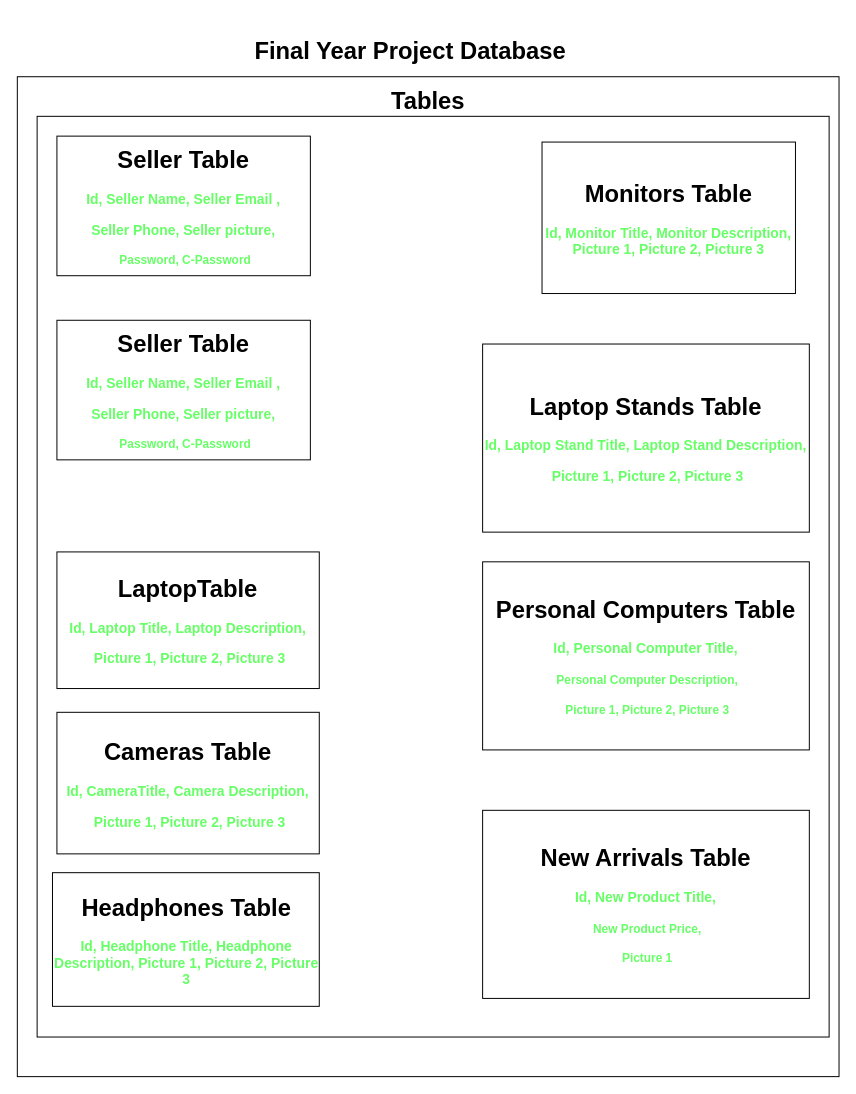
This is Designs/Database Design.drawio from ZAHIDKHATTAKCS/Final-Year-Unversity-Project, a draw.io file, before an edit. Source tidied: cells renumbered, new cells numbered last; positions are measured from the earlier drawing's top-left corner, leaving out a move shared by most shapes. Both pictures are drawn from the tidied source at 99%, with x=0, y=0 at pixel (17, 17).
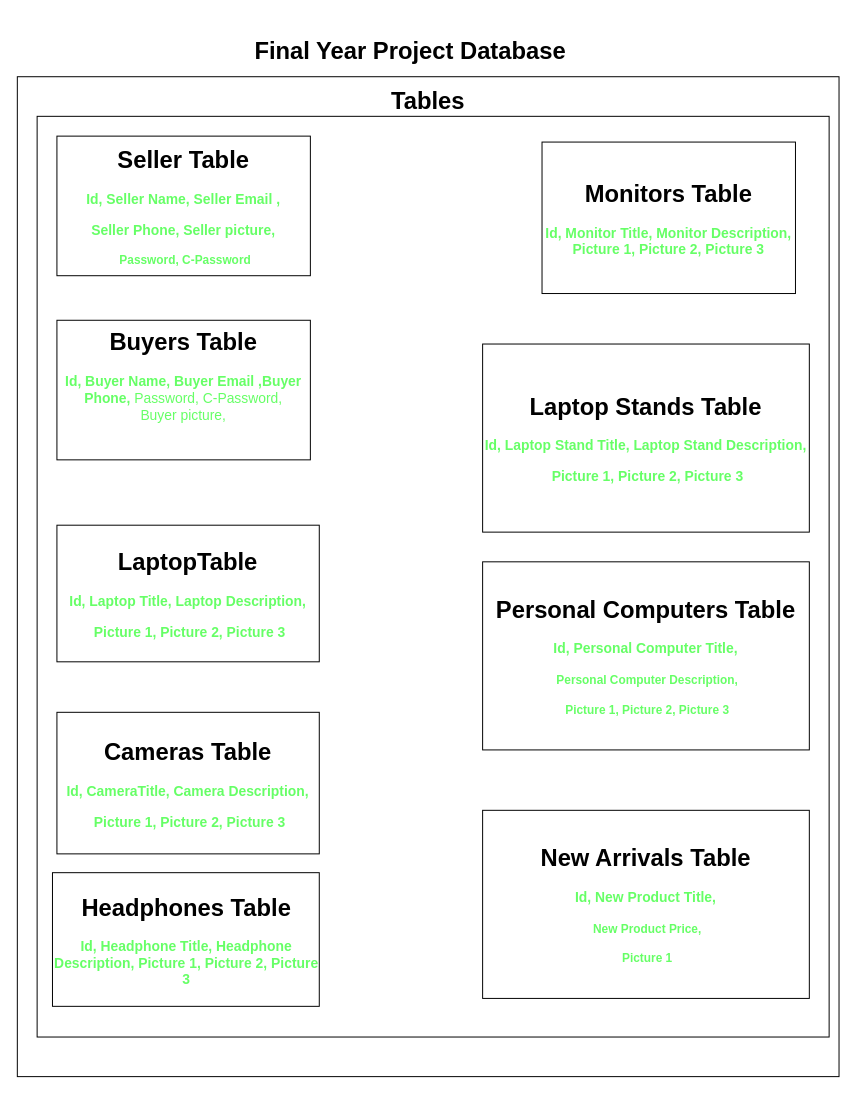
After the change.

Commit message (it also covers changes not shown here):
Modify database and dashboard

Change to the diagram source:
```diff
@@
 <mxGraphModel>
   <root>
     <mxCell id="0" />
     <mxCell id="1" parent="0" />
     <mxCell id="2" style="whiteSpace=wrap;html=1;" parent="1" vertex="1">
       <mxGeometry y="60" width="830" height="1010" as="geometry" />
     </mxCell>
     <mxCell id="3" value="&lt;h1&gt;&lt;b&gt;Final Year Project Database&amp;nbsp;&lt;/b&gt;&lt;/h1&gt;" style="text;html=1;align=center;verticalAlign=middle;strokeColor=none;fillColor=none;" parent="1" vertex="1">
       <mxGeometry x="230" width="340" height="70" as="geometry" />
     </mxCell>
     <mxCell id="4" style="whiteSpace=wrap;html=1;" parent="1" vertex="1">
       <mxGeometry x="20" y="100" width="800" height="930" as="geometry" />
     </mxCell>
     <mxCell id="5" value="&lt;h1&gt;&lt;b&gt;Tables&lt;/b&gt;&lt;/h1&gt;" style="text;strokeColor=none;align=center;fillColor=none;html=1;verticalAlign=middle;whiteSpace=wrap;rounded=0;" parent="1" vertex="1">
       <mxGeometry x="385" y="70" width="60" height="30" as="geometry" />
     </mxCell>
     <mxCell id="6" value="&lt;h1&gt;&lt;b&gt;Seller Table&lt;/b&gt;&lt;/h1&gt;&lt;h3&gt;&lt;font color=&quot;#66ff66&quot;&gt;&lt;b style=&quot;&quot;&gt;Id, Seller Name, Seller Email ,&lt;/b&gt;&lt;/font&gt;&lt;/h3&gt;&lt;h3&gt;&lt;font color=&quot;#66ff66&quot;&gt;&lt;b style=&quot;&quot;&gt;Seller Phone,&amp;nbsp;&lt;/b&gt;Seller picture,&lt;/font&gt;&lt;/h3&gt;&lt;h3&gt;&lt;font color=&quot;#66ff66&quot;&gt;&amp;nbsp;&lt;b style=&quot;background-color: initial; font-size: 12px;&quot;&gt;Password,&amp;nbsp;&lt;/b&gt;&lt;b style=&quot;background-color: initial; font-size: 12px;&quot;&gt;C-Password&lt;/b&gt;&lt;/font&gt;&lt;/h3&gt;" style="whiteSpace=wrap;html=1;" parent="1" vertex="1">
       <mxGeometry x="40" y="120" width="256" height="141" as="geometry" />
     </mxCell>
     <mxCell id="7" value="&lt;h1&gt;&lt;b&gt;LaptopTable&lt;/b&gt;&lt;/h1&gt;&lt;h3&gt;&lt;font color=&quot;#66ff66&quot;&gt;&lt;b style=&quot;&quot;&gt;Id, Laptop Title, Laptop Description,&lt;/b&gt;&lt;/font&gt;&lt;/h3&gt;&lt;h3&gt;&lt;font color=&quot;#66ff66&quot;&gt;&lt;b style=&quot;&quot;&gt;&amp;nbsp;Picture 1, Picture 2, Picture 3&lt;/b&gt;&lt;/font&gt;&lt;/h3&gt;" style="whiteSpace=wrap;html=1;" parent="1" vertex="1">
-      <mxGeometry x="40" y="540" width="265" height="138" as="geometry" />
+      <mxGeometry x="40" y="513" width="265" height="138" as="geometry" />
     </mxCell>
     <mxCell id="8" value="&lt;h1&gt;Cameras Table&lt;/h1&gt;&lt;h3&gt;&lt;font color=&quot;#66ff66&quot;&gt;&lt;b style=&quot;&quot;&gt;Id, CameraTitle, Camera Description,&lt;/b&gt;&lt;/font&gt;&lt;/h3&gt;&lt;h3&gt;&lt;font color=&quot;#66ff66&quot;&gt;&lt;b style=&quot;&quot;&gt;&amp;nbsp;Picture 1, Picture 2, Picture 3&lt;/b&gt;&lt;/font&gt;&lt;/h3&gt;" style="whiteSpace=wrap;html=1;" parent="1" vertex="1">
       <mxGeometry x="40" y="702" width="265" height="143" as="geometry" />
     </mxCell>
     <mxCell id="9" value="&lt;h1&gt;&lt;b&gt;Headphones Table&lt;/b&gt;&lt;/h1&gt;&lt;h3&gt;&lt;font color=&quot;#66ff66&quot;&gt;&lt;b style=&quot;&quot;&gt;Id, Headphone Title, Headphone Description, Picture 1, Picture 2, Picture 3&lt;/b&gt;&lt;/font&gt;&lt;/h3&gt;" style="whiteSpace=wrap;html=1;" parent="1" vertex="1">
       <mxGeometry x="35.5" y="864" width="269.5" height="135" as="geometry" />
     </mxCell>
     <mxCell id="10" value="&lt;h1&gt;&lt;b&gt;Monitors Table&lt;/b&gt;&lt;/h1&gt;&lt;h3&gt;&lt;font color=&quot;#66ff66&quot;&gt;&lt;b style=&quot;&quot;&gt;Id, Monitor Title, Monitor Description, Picture 1, Picture 2, Picture 3&lt;/b&gt;&lt;/font&gt;&lt;/h3&gt;" style="whiteSpace=wrap;html=1;" parent="1" vertex="1">
       <mxGeometry x="530" y="126" width="256" height="153" as="geometry" />
     </mxCell>
     <mxCell id="11" value="&lt;h1&gt;&lt;b&gt;Personal Computers Table&lt;/b&gt;&lt;/h1&gt;&lt;h3&gt;&lt;font color=&quot;#66ff66&quot;&gt;&lt;b style=&quot;&quot;&gt;Id, Personal Computer Title,&lt;/b&gt;&lt;/font&gt;&lt;/h3&gt;&lt;h3&gt;&lt;b style=&quot;background-color: initial; color: rgb(102, 255, 102); font-size: 12px;&quot;&gt;&amp;nbsp;Personal Computer Description,&lt;/b&gt;&lt;/h3&gt;&lt;h3&gt;&lt;b style=&quot;background-color: initial; color: rgb(102, 255, 102); font-size: 12px;&quot;&gt;&amp;nbsp;Picture 1, Picture 2, Picture 3&lt;/b&gt;&lt;/h3&gt;" style="whiteSpace=wrap;html=1;" parent="1" vertex="1">
       <mxGeometry x="470" y="550" width="330" height="190" as="geometry" />
     </mxCell>
     <mxCell id="12" value="&lt;h1&gt;Laptop Stands Table&lt;/h1&gt;&lt;h3&gt;&lt;font color=&quot;#66ff66&quot;&gt;&lt;b style=&quot;&quot;&gt;Id, Laptop Stand Title, Laptop Stand Description,&lt;/b&gt;&lt;/font&gt;&lt;/h3&gt;&lt;h3&gt;&lt;font color=&quot;#66ff66&quot;&gt;&lt;b style=&quot;&quot;&gt;&amp;nbsp;Picture 1, Picture 2, Picture 3&lt;/b&gt;&lt;/font&gt;&lt;/h3&gt;" style="whiteSpace=wrap;html=1;" parent="1" vertex="1">
       <mxGeometry x="470" y="330" width="330" height="190" as="geometry" />
     </mxCell>
     <mxCell id="13" value="&lt;h1&gt;&lt;b&gt;New Arrivals Table&lt;/b&gt;&lt;/h1&gt;&lt;h3&gt;&lt;font color=&quot;#66ff66&quot;&gt;&lt;b style=&quot;&quot;&gt;Id, New Product Title,&lt;/b&gt;&lt;/font&gt;&lt;/h3&gt;&lt;h3&gt;&lt;b style=&quot;background-color: initial; color: rgb(102, 255, 102); font-size: 12px;&quot;&gt;&amp;nbsp;New Product Price,&lt;/b&gt;&lt;/h3&gt;&lt;h3&gt;&lt;b style=&quot;background-color: initial; color: rgb(102, 255, 102); font-size: 12px;&quot;&gt;&amp;nbsp;Picture 1&lt;/b&gt;&lt;/h3&gt;" style="whiteSpace=wrap;html=1;" parent="1" vertex="1">
       <mxGeometry x="470" y="801" width="330" height="190" as="geometry" />
     </mxCell>
-    <mxCell id="14" value="&lt;h1&gt;&lt;b&gt;Seller Table&lt;/b&gt;&lt;/h1&gt;&lt;h3&gt;&lt;font color=&quot;#66ff66&quot;&gt;&lt;b style=&quot;&quot;&gt;Id, Seller Name, Seller Email ,&lt;/b&gt;&lt;/font&gt;&lt;/h3&gt;&lt;h3&gt;&lt;font color=&quot;#66ff66&quot;&gt;&lt;b style=&quot;&quot;&gt;Seller Phone,&amp;nbsp;&lt;/b&gt;Seller picture,&lt;/font&gt;&lt;/h3&gt;&lt;h3&gt;&lt;font color=&quot;#66ff66&quot;&gt;&amp;nbsp;&lt;b style=&quot;background-color: initial; font-size: 12px;&quot;&gt;Password,&amp;nbsp;&lt;/b&gt;&lt;b style=&quot;background-color: initial; font-size: 12px;&quot;&gt;C-Password&lt;/b&gt;&lt;/font&gt;&lt;/h3&gt;" style="whiteSpace=wrap;html=1;" parent="1" vertex="1">
+    <mxCell id="14" value="&lt;h1&gt;&lt;b&gt;Buyers Table&lt;/b&gt;&lt;/h1&gt;&lt;h3&gt;&lt;font color=&quot;#66ff66&quot;&gt;&lt;b style=&quot;&quot;&gt;Id, Buyer Name, Buyer Email ,&lt;/b&gt;&lt;/font&gt;&lt;font style=&quot;background-color: initial; font-size: 14px; font-weight: normal;&quot; color=&quot;#66ff66&quot;&gt;&lt;b&gt;Buyer Phone,&amp;nbsp;&lt;/b&gt;&lt;/font&gt;&lt;span style=&quot;background-color: initial; font-size: 14px; font-weight: normal; color: rgb(102, 255, 102);&quot;&gt;Password,&amp;nbsp;&lt;/span&gt;&lt;span style=&quot;background-color: initial; font-size: 14px; font-weight: normal; color: rgb(102, 255, 102);&quot;&gt;C-Password, Buyer&lt;/span&gt;&lt;span style=&quot;background-color: initial; font-size: 14px; font-weight: normal; color: rgb(102, 255, 102);&quot;&gt;&amp;nbsp;picture,&lt;/span&gt;&lt;/h3&gt;&lt;h3&gt;&lt;font color=&quot;#66ff66&quot;&gt;&amp;nbsp;&lt;/font&gt;&lt;/h3&gt;" style="whiteSpace=wrap;html=1;" parent="1" vertex="1">
       <mxGeometry x="40" y="306" width="256" height="141" as="geometry" />
     </mxCell>
   </root>
 </mxGraphModel>
```
